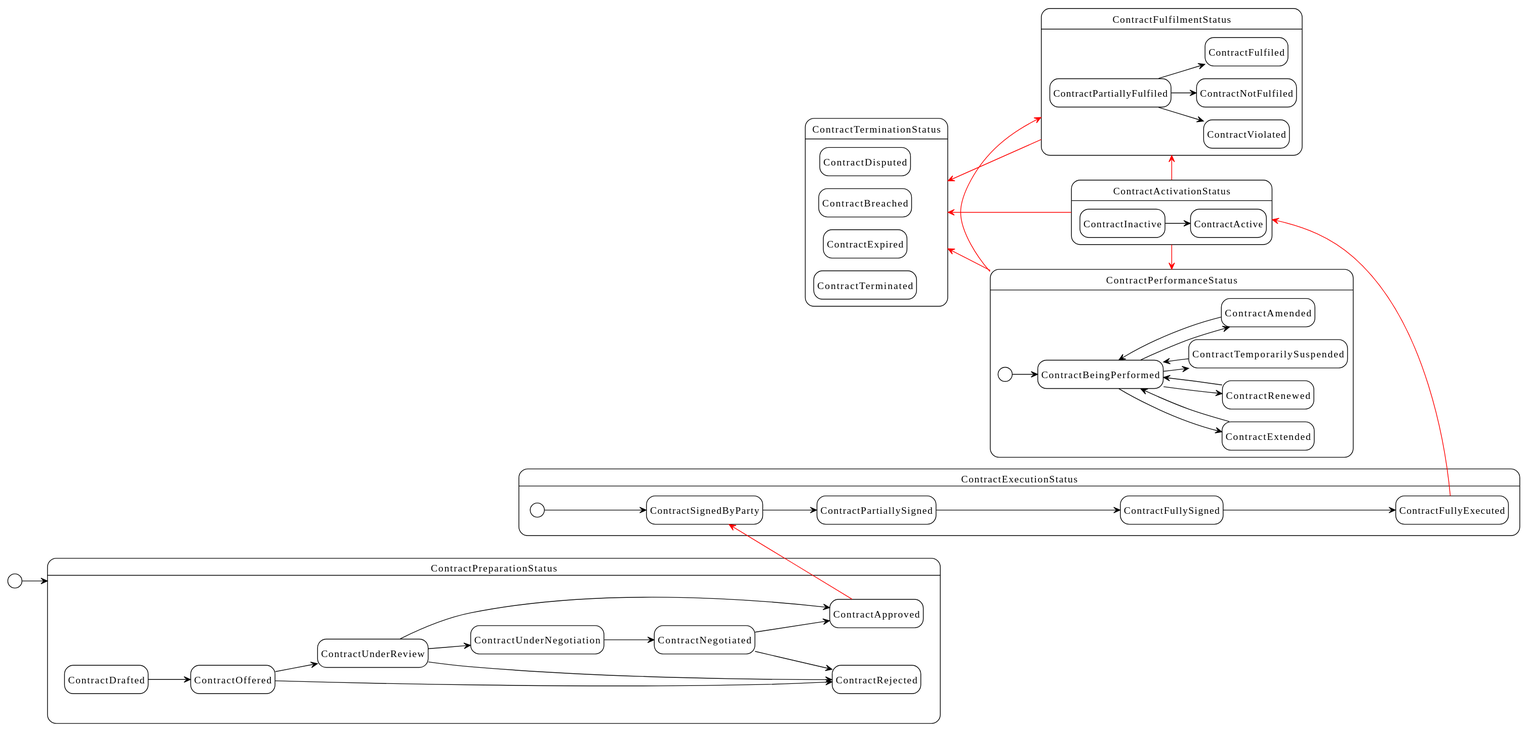
Before: 2.2/diagrams/contract_states.svg, a diagram exported from PlantUML (w3c/dpv).
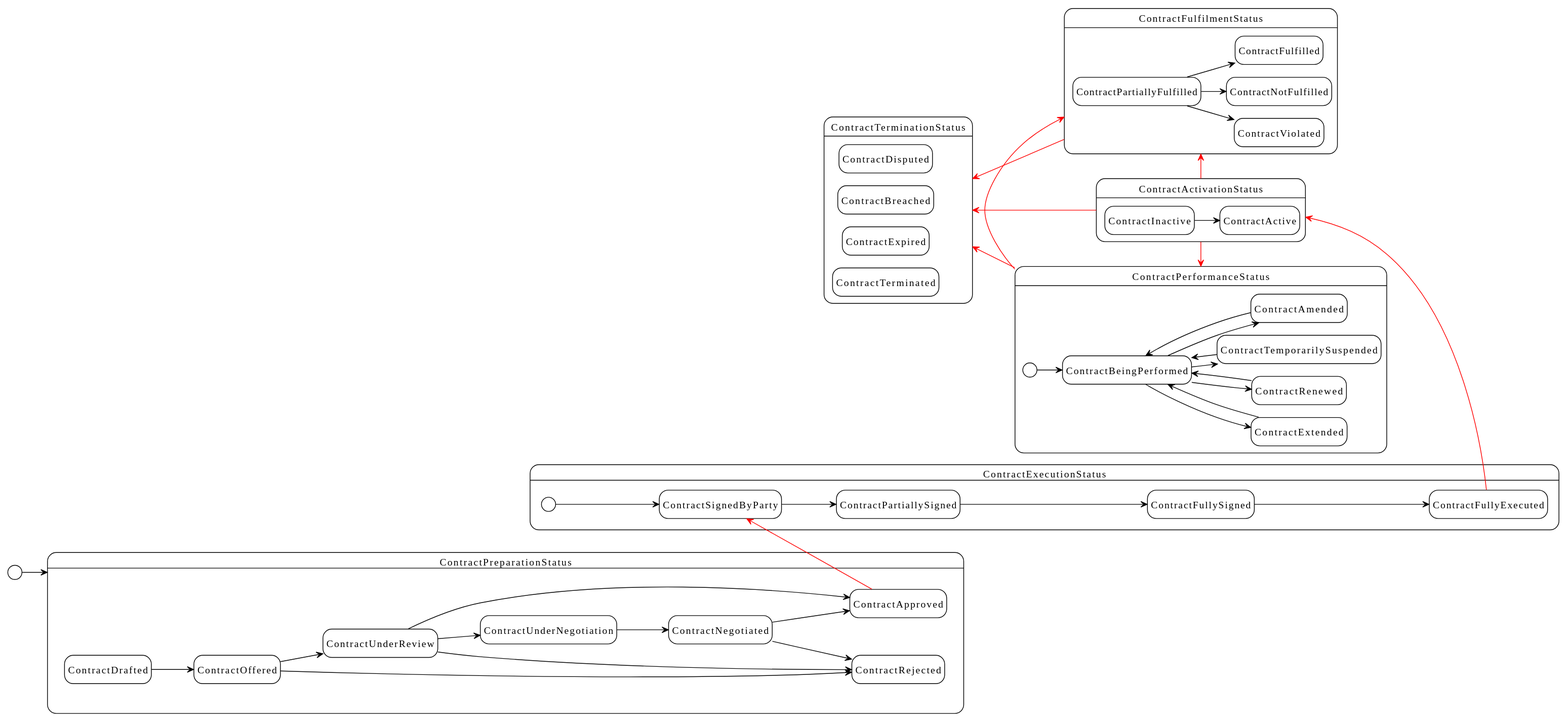
After the change.

Diff of the diagram source:
```diff
@@ -80,12 +80,12 @@
 ContractFulfilmentStatus -left[IDEAL]-> ContractTerminationStatus
 
 state ContractFulfilmentStatus {
-    state ContractFulfiled
-    state ContractPartiallyFulfiled
-    state ContractNotFulfiled
+    state ContractFulfilled
+    state ContractPartiallyFulfilled
+    state ContractNotFulfilled
     state ContractViolated
-    ContractPartiallyFulfiled --> ContractFulfiled
-    ContractPartiallyFulfiled --> ContractNotFulfiled
-    ContractPartiallyFulfiled --> ContractViolated
+    ContractPartiallyFulfilled --> ContractFulfilled
+    ContractPartiallyFulfilled --> ContractNotFulfilled
+    ContractPartiallyFulfilled --> ContractViolated
 }
 @enduml
```
